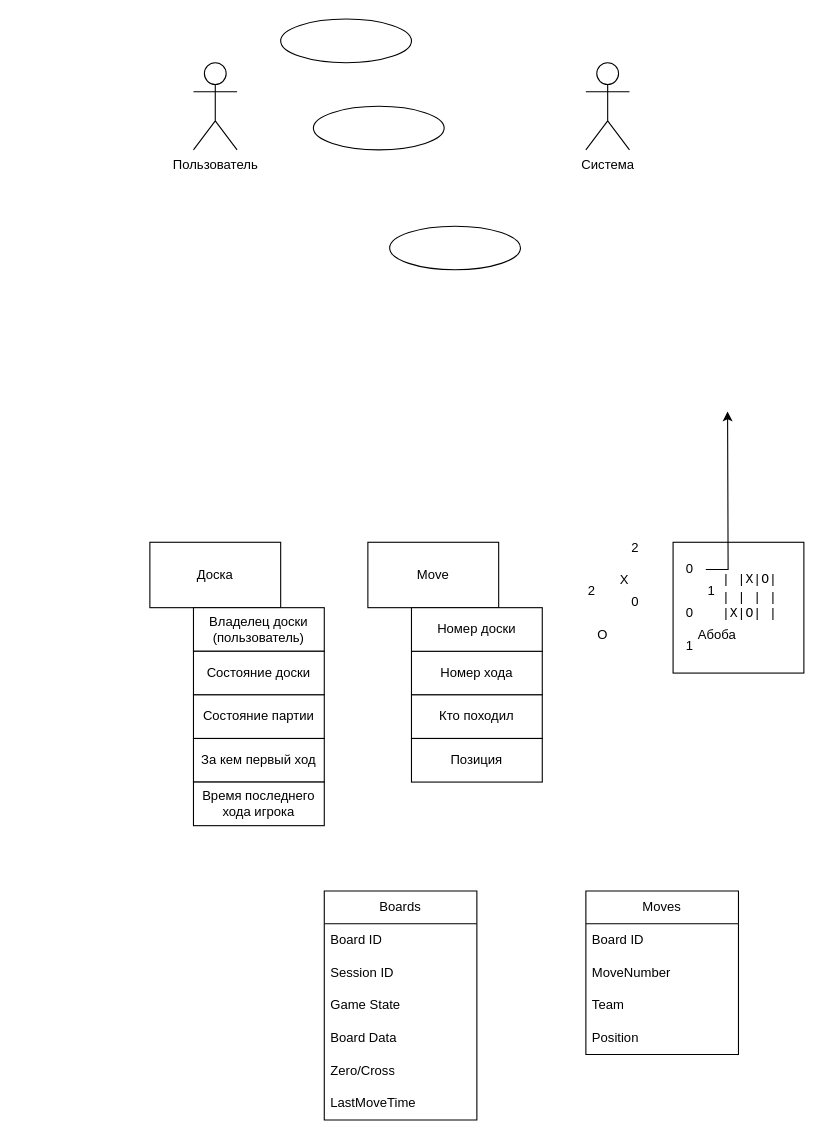
This is DbDiagram.drawio from KyKyPy3HuK/TicTacToeGameService, a draw.io file, before an edit. Source tidied: cells renumbered, new cells numbered last; positions are measured from the earlier drawing's top-left corner, leaving out a move shared by most shapes. Both pictures are drawn from the tidied source at 109%, with x=0, y=0 at pixel (149, 19).
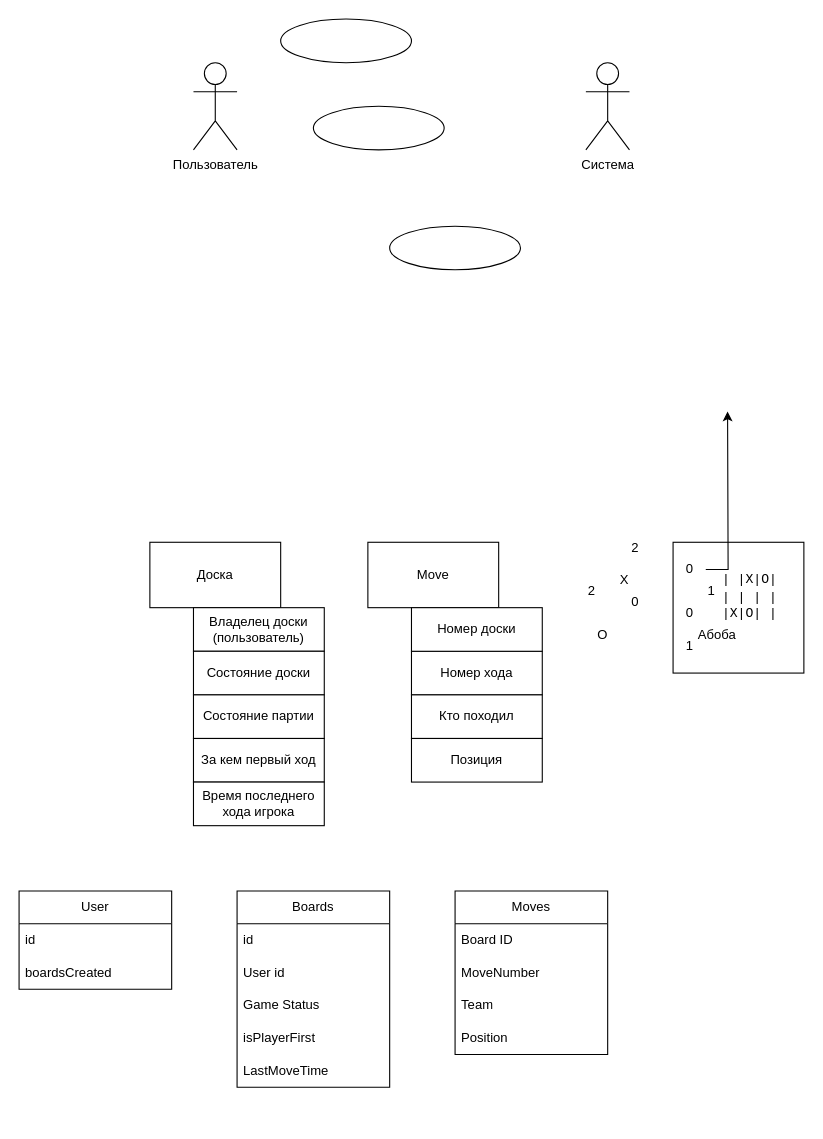
The same diagram, later.

Diff of the diagram source:
```diff
@@
     <mxCell id="18" value="Boards" style="swimlane;fontStyle=0;horizontal=1;startSize=30;whiteSpace=wrap;html=1;" parent="1" vertex="1">
-      <mxGeometry x="160" y="800" width="140" height="210" as="geometry" />
+      <mxGeometry x="80" y="800" width="140" height="180" as="geometry" />
     </mxCell>
-    <mxCell id="19" value="Board ID" style="text;strokeColor=none;fillColor=none;align=left;verticalAlign=middle;spacingLeft=4;spacingRight=4;overflow=hidden;whiteSpace=wrap;html=1;" parent="18" vertex="1">
+    <mxCell id="19" value="id" style="text;strokeColor=none;fillColor=none;align=left;verticalAlign=middle;spacingLeft=4;spacingRight=4;overflow=hidden;whiteSpace=wrap;html=1;" parent="18" vertex="1">
       <mxGeometry y="30" width="140" height="30" as="geometry" />
     </mxCell>
-    <mxCell id="20" value="Session ID" style="text;strokeColor=none;fillColor=none;align=left;verticalAlign=middle;spacingLeft=4;spacingRight=4;overflow=hidden;whiteSpace=wrap;html=1;" parent="18" vertex="1">
+    <mxCell id="20" value="User id" style="text;strokeColor=none;fillColor=none;align=left;verticalAlign=middle;spacingLeft=4;spacingRight=4;overflow=hidden;whiteSpace=wrap;html=1;" parent="18" vertex="1">
       <mxGeometry y="60" width="140" height="30" as="geometry" />
     </mxCell>
-    <mxCell id="21" value="Game State" style="text;strokeColor=none;fillColor=none;align=left;verticalAlign=middle;spacingLeft=4;spacingRight=4;overflow=hidden;whiteSpace=wrap;html=1;" parent="18" vertex="1">
+    <mxCell id="21" value="Game Status" style="text;strokeColor=none;fillColor=none;align=left;verticalAlign=middle;spacingLeft=4;spacingRight=4;overflow=hidden;whiteSpace=wrap;html=1;" parent="18" vertex="1">
       <mxGeometry y="90" width="140" height="30" as="geometry" />
     </mxCell>
-    <mxCell id="22" value="Board Data" style="text;strokeColor=none;fillColor=none;align=left;verticalAlign=middle;spacingLeft=4;spacingRight=4;overflow=hidden;whiteSpace=wrap;html=1;" parent="18" vertex="1">
-      <mxGeometry y="120" width="140" height="30" as="geometry" />
-    </mxCell>
-    <mxCell id="23" value="Zero/Cross" style="text;strokeColor=none;fillColor=none;align=left;verticalAlign=middle;spacingLeft=4;spacingRight=4;overflow=hidden;whiteSpace=wrap;html=1;" parent="18" vertex="1">
-      <mxGeometry y="150" width="140" height="30" as="geometry" />
+    <mxCell id="23" value="isPlayerFirst" style="text;strokeColor=none;fillColor=none;align=left;verticalAlign=middle;spacingLeft=4;spacingRight=4;overflow=hidden;whiteSpace=wrap;html=1;" parent="18" vertex="1">
+      <mxGeometry y="120" width="140" height="30" as="geometry" />
     </mxCell>
     <mxCell id="24" value="LastMoveTime" style="text;strokeColor=none;fillColor=none;align=left;verticalAlign=middle;spacingLeft=4;spacingRight=4;overflow=hidden;whiteSpace=wrap;html=1;" parent="18" vertex="1">
-      <mxGeometry y="180" width="140" height="30" as="geometry" />
+      <mxGeometry y="150" width="140" height="30" as="geometry" />
     </mxCell>
     <mxCell id="25" value="Moves" style="swimlane;fontStyle=0;horizontal=1;startSize=30;whiteSpace=wrap;html=1;" parent="1" vertex="1">
-      <mxGeometry x="400" y="800" width="140" height="150" as="geometry" />
+      <mxGeometry x="280" y="800" width="140" height="150" as="geometry" />
     </mxCell>
@@
+    <mxCell id="43" value="User" style="swimlane;fontStyle=0;horizontal=1;startSize=30;whiteSpace=wrap;html=1;" parent="1" vertex="1">
+      <mxGeometry x="-120" y="800" width="140" height="90" as="geometry" />
+    </mxCell>
+    <mxCell id="44" value="id" style="text;strokeColor=none;fillColor=none;align=left;verticalAlign=middle;spacingLeft=4;spacingRight=4;overflow=hidden;whiteSpace=wrap;html=1;" parent="43" vertex="1">
+      <mxGeometry y="30" width="140" height="30" as="geometry" />
+    </mxCell>
+    <mxCell id="45" value="boardsCreated" style="text;strokeColor=none;fillColor=none;align=left;verticalAlign=middle;spacingLeft=4;spacingRight=4;overflow=hidden;whiteSpace=wrap;html=1;" parent="43" vertex="1">
+      <mxGeometry y="60" width="140" height="30" as="geometry" />
+    </mxCell>
```
